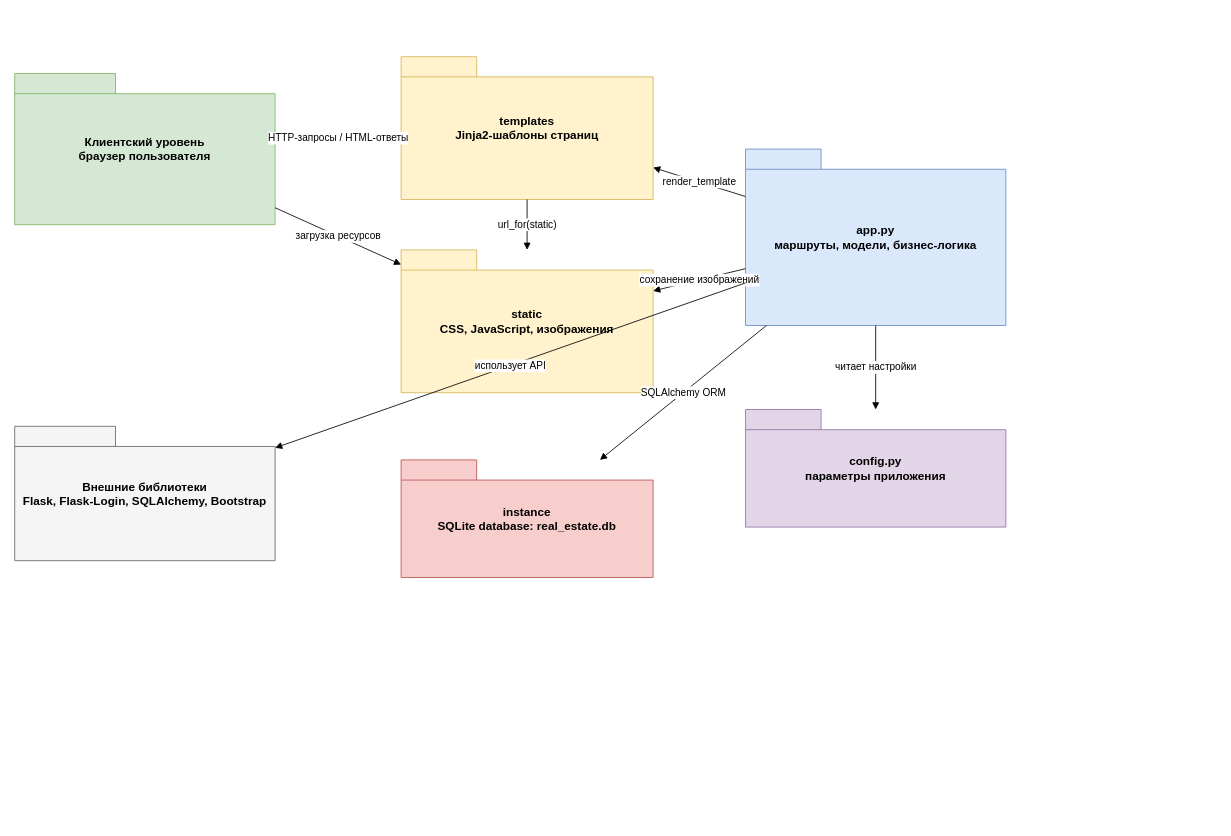
VAN4SH/portal_nedvizh keeps this draw.io diagram as docs/diagrams/package_diagram.drawio. Above is the earlier version. Source tidied: cells renumbered, new cells numbered last; positions are measured from the earlier drawing's top-left corner, leaving out a move shared by most shapes. Both pictures are drawn from the tidied source at 84%, with x=0, y=0 at pixel (14, 56).
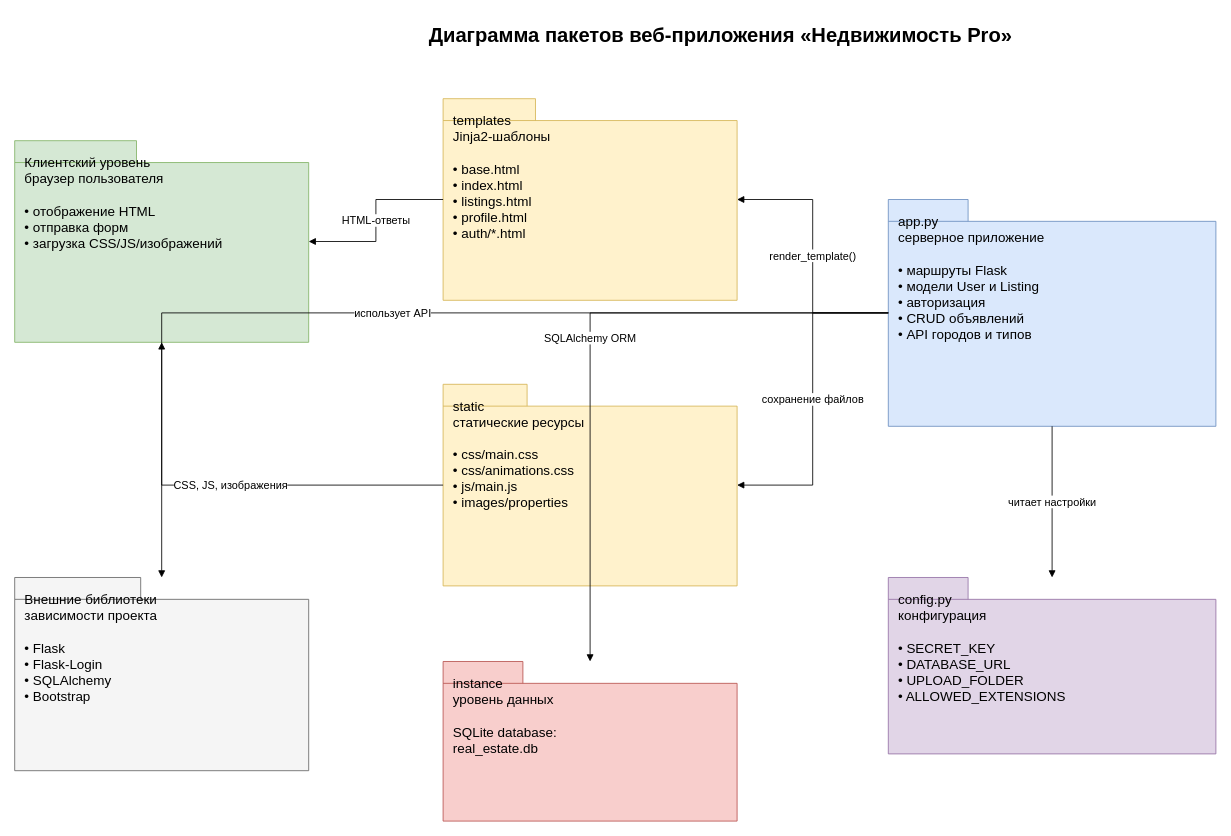
Above is the later version.

Commit message (it also covers changes not shown here):
Improve diploma diagram layouts

Diff of the diagram source:
```diff
@@
 <mxGraphModel>
   <root>
     <mxCell id="0" />
     <mxCell id="1" parent="0" />
+    <mxCell id="17" value="Диаграмма пакетов веб-приложения «Недвижимость Pro»" style="text;html=1;strokeColor=none;fillColor=none;align=center;verticalAlign=middle;fontSize=24;fontStyle=1;" parent="1" vertex="1">
+      <mxGeometry x="350" y="-50" width="980" height="50" as="geometry" />
+    </mxCell>
-    <mxCell id="2" value="Клиентский уровень&#10;браузер пользователя" style="shape=folder;tabWidth=120;tabHeight=24;tabPosition=left;html=1;whiteSpace=wrap;fillColor=#d5e8d4;strokeColor=#82b366;fontSize=14;fontStyle=1;" parent="1" vertex="1">
-      <mxGeometry y="20" width="310" height="180" as="geometry" />
+    <mxCell id="2" value="Клиентский уровень&#10;браузер пользователя&#10;&#10;• отображение HTML&#10;• отправка форм&#10;• загрузка CSS/JS/изображений" style="shape=folder;tabWidth=145;tabHeight=26;tabPosition=left;html=1;whiteSpace=wrap;fillColor=#d5e8d4;strokeColor=#82b366;fontSize=16;spacing=12;align=left;verticalAlign=top;" parent="1" vertex="1">
+      <mxGeometry y="100" width="350" height="240" as="geometry" />
     </mxCell>
-    <mxCell id="3" value="templates&#10;Jinja2-шаблоны страниц" style="shape=folder;tabWidth=90;tabHeight=24;tabPosition=left;html=1;whiteSpace=wrap;fillColor=#fff2cc;strokeColor=#d6b656;fontSize=14;fontStyle=1;" parent="1" vertex="1">
-      <mxGeometry x="460" width="300" height="170" as="geometry" />
+    <mxCell id="3" value="templates&#10;Jinja2-шаблоны&#10;&#10;• base.html&#10;• index.html&#10;• listings.html&#10;• profile.html&#10;• auth/*.html" style="shape=folder;tabWidth=110;tabHeight=26;tabPosition=left;html=1;whiteSpace=wrap;fillColor=#fff2cc;strokeColor=#d6b656;fontSize=16;spacing=12;align=left;verticalAlign=top;" parent="1" vertex="1">
+      <mxGeometry x="510" y="50" width="350" height="240" as="geometry" />
     </mxCell>
-    <mxCell id="4" value="static&#10;CSS, JavaScript, изображения" style="shape=folder;tabWidth=90;tabHeight=24;tabPosition=left;html=1;whiteSpace=wrap;fillColor=#fff2cc;strokeColor=#d6b656;fontSize=14;fontStyle=1;" parent="1" vertex="1">
-      <mxGeometry x="460" y="230" width="300" height="170" as="geometry" />
+    <mxCell id="4" value="static&#10;статические ресурсы&#10;&#10;• css/main.css&#10;• css/animations.css&#10;• js/main.js&#10;• images/properties" style="shape=folder;tabWidth=100;tabHeight=26;tabPosition=left;html=1;whiteSpace=wrap;fillColor=#fff2cc;strokeColor=#d6b656;fontSize=16;spacing=12;align=left;verticalAlign=top;" parent="1" vertex="1">
+      <mxGeometry x="510" y="390" width="350" height="240" as="geometry" />
     </mxCell>
-    <mxCell id="5" value="app.py&#10;маршруты, модели, бизнес-логика" style="shape=folder;tabWidth=90;tabHeight=24;tabPosition=left;html=1;whiteSpace=wrap;fillColor=#dae8fc;strokeColor=#6c8ebf;fontSize=14;fontStyle=1;" parent="1" vertex="1">
-      <mxGeometry x="870" y="110" width="310" height="210" as="geometry" />
+    <mxCell id="5" value="app.py&#10;серверное приложение&#10;&#10;• маршруты Flask&#10;• модели User и Listing&#10;• авторизация&#10;• CRUD объявлений&#10;• API городов и типов" style="shape=folder;tabWidth=95;tabHeight=26;tabPosition=left;html=1;whiteSpace=wrap;fillColor=#dae8fc;strokeColor=#6c8ebf;fontSize=16;spacing=12;align=left;verticalAlign=top;" parent="1" vertex="1">
+      <mxGeometry x="1040" y="170" width="390" height="270" as="geometry" />
     </mxCell>
-    <mxCell id="6" value="config.py&#10;параметры приложения" style="shape=folder;tabWidth=90;tabHeight=24;tabPosition=left;html=1;whiteSpace=wrap;fillColor=#e1d5e7;strokeColor=#9673a6;fontSize=14;fontStyle=1;" parent="1" vertex="1">
-      <mxGeometry x="870" y="420" width="310" height="140" as="geometry" />
+    <mxCell id="6" value="config.py&#10;конфигурация&#10;&#10;• SECRET_KEY&#10;• DATABASE_URL&#10;• UPLOAD_FOLDER&#10;• ALLOWED_EXTENSIONS" style="shape=folder;tabWidth=95;tabHeight=26;tabPosition=left;html=1;whiteSpace=wrap;fillColor=#e1d5e7;strokeColor=#9673a6;fontSize=16;spacing=12;align=left;verticalAlign=top;" parent="1" vertex="1">
+      <mxGeometry x="1040" y="620" width="390" height="210" as="geometry" />
     </mxCell>
-    <mxCell id="7" value="instance&#10;SQLite database: real_estate.db" style="shape=folder;tabWidth=90;tabHeight=24;tabPosition=left;html=1;whiteSpace=wrap;fillColor=#f8cecc;strokeColor=#b85450;fontSize=14;fontStyle=1;" parent="1" vertex="1">
-      <mxGeometry x="460" y="480" width="300" height="140" as="geometry" />
+    <mxCell id="7" value="instance&#10;уровень данных&#10;&#10;SQLite database:&#10;real_estate.db" style="shape=folder;tabWidth=95;tabHeight=26;tabPosition=left;html=1;whiteSpace=wrap;fillColor=#f8cecc;strokeColor=#b85450;fontSize=16;spacing=12;align=left;verticalAlign=top;" parent="1" vertex="1">
+      <mxGeometry x="510" y="720" width="350" height="190" as="geometry" />
     </mxCell>
-    <mxCell id="8" value="Внешние библиотеки&#10;Flask, Flask-Login, SQLAlchemy, Bootstrap" style="shape=folder;tabWidth=120;tabHeight=24;tabPosition=left;html=1;whiteSpace=wrap;fillColor=#f5f5f5;strokeColor=#666666;fontSize=14;fontStyle=1;" parent="1" vertex="1">
-      <mxGeometry y="440" width="310" height="160" as="geometry" />
+    <mxCell id="8" value="Внешние библиотеки&#10;зависимости проекта&#10;&#10;• Flask&#10;• Flask-Login&#10;• SQLAlchemy&#10;• Bootstrap" style="shape=folder;tabWidth=150;tabHeight=26;tabPosition=left;html=1;whiteSpace=wrap;fillColor=#f5f5f5;strokeColor=#666666;fontSize=16;spacing=12;align=left;verticalAlign=top;" parent="1" vertex="1">
+      <mxGeometry y="620" width="350" height="230" as="geometry" />
     </mxCell>
-    <mxCell id="9" value="HTTP-запросы / HTML-ответы" style="endArrow=block;html=1;rounded=0;fontSize=12;" parent="1" edge="1" source="2" target="3">
+    <mxCell id="9" value="HTML-ответы" style="edgeStyle=orthogonalEdgeStyle;rounded=0;jettySize=auto;html=1;endArrow=block;fontSize=13;labelBackgroundColor=#ffffff;" parent="1" edge="1" source="3" target="2">
       <mxGeometry relative="1" as="geometry" />
     </mxCell>
-    <mxCell id="10" value="загрузка ресурсов" style="endArrow=block;html=1;rounded=0;fontSize=12;" parent="1" edge="1" source="2" target="4">
+    <mxCell id="10" value="CSS, JS, изображения" style="edgeStyle=orthogonalEdgeStyle;rounded=0;jettySize=auto;html=1;endArrow=block;fontSize=13;labelBackgroundColor=#ffffff;" parent="1" edge="1" source="4" target="2">
       <mxGeometry relative="1" as="geometry" />
     </mxCell>
-    <mxCell id="11" value="render_template" style="endArrow=block;html=1;rounded=0;fontSize=12;" parent="1" edge="1" source="5" target="3">
+    <mxCell id="11" value="render_template()" style="edgeStyle=orthogonalEdgeStyle;rounded=0;jettySize=auto;html=1;endArrow=block;fontSize=13;labelBackgroundColor=#ffffff;" parent="1" edge="1" source="5" target="3">
       <mxGeometry relative="1" as="geometry" />
     </mxCell>
-    <mxCell id="12" value="сохранение изображений" style="endArrow=block;html=1;rounded=0;fontSize=12;" parent="1" edge="1" source="5" target="4">
+    <mxCell id="12" value="сохранение файлов" style="edgeStyle=orthogonalEdgeStyle;rounded=0;jettySize=auto;html=1;endArrow=block;fontSize=13;labelBackgroundColor=#ffffff;" parent="1" edge="1" source="5" target="4">
       <mxGeometry relative="1" as="geometry" />
     </mxCell>
-    <mxCell id="13" value="SQLAlchemy ORM" style="endArrow=block;html=1;rounded=0;fontSize=12;" parent="1" edge="1" source="5" target="7">
+    <mxCell id="13" value="SQLAlchemy ORM" style="edgeStyle=orthogonalEdgeStyle;rounded=0;jettySize=auto;html=1;endArrow=block;fontSize=13;labelBackgroundColor=#ffffff;" parent="1" edge="1" source="5" target="7">
       <mxGeometry relative="1" as="geometry" />
     </mxCell>
-    <mxCell id="14" value="читает настройки" style="endArrow=block;html=1;rounded=0;fontSize=12;" parent="1" edge="1" source="5" target="6">
+    <mxCell id="14" value="читает настройки" style="edgeStyle=orthogonalEdgeStyle;rounded=0;jettySize=auto;html=1;endArrow=block;fontSize=13;labelBackgroundColor=#ffffff;" parent="1" edge="1" source="5" target="6">
       <mxGeometry relative="1" as="geometry" />
     </mxCell>
-    <mxCell id="15" value="использует API" style="endArrow=block;html=1;rounded=0;fontSize=12;" parent="1" edge="1" source="5" target="8">
+    <mxCell id="15" value="использует API" style="edgeStyle=orthogonalEdgeStyle;rounded=0;jettySize=auto;html=1;endArrow=block;fontSize=13;labelBackgroundColor=#ffffff;" parent="1" edge="1" source="5" target="8">
       <mxGeometry relative="1" as="geometry" />
     </mxCell>
-    <mxCell id="16" value="url_for(static)" style="endArrow=block;html=1;rounded=0;fontSize=12;" parent="1" edge="1" source="3" target="4">
-      <mxGeometry relative="1" as="geometry" />
-    </mxCell>
   </root>
 </mxGraphModel>
```
